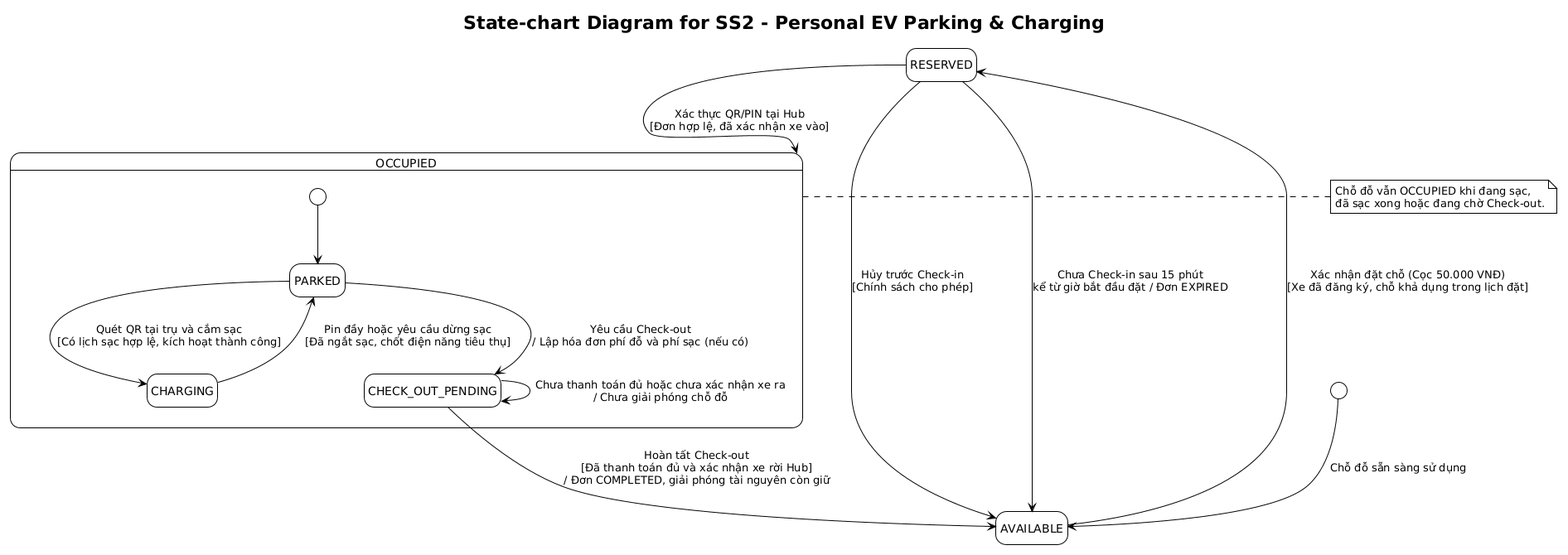
Dat-nguyen195/BTL_1_CNPM keeps this PlantUML diagram as docs/diagrams/Use-case detail-scenario/SS2/State-chart diagrams/UC_SS2_NguyenAnhTai_statechart.png. Above is the earlier version. Source of this version:
```plantuml
@startuml
!theme plain
hide empty description

title State-chart Diagram for SS2 - Personal EV Parking & Charging

[*] --> AVAILABLE : Chỗ đỗ sẵn sàng sử dụng

state AVAILABLE
state RESERVED
state OCCUPIED {
    state PARKED
    state CHARGING
    state CHECK_OUT_PENDING

    [*] --> PARKED
    PARKED --> CHARGING : Quét QR tại trụ và cắm sạc\n[Có lịch sạc hợp lệ, kích hoạt thành công]
    CHARGING --> PARKED : Pin đầy hoặc yêu cầu dừng sạc\n[Đã ngắt sạc, chốt điện năng tiêu thụ]
    PARKED --> CHECK_OUT_PENDING : Yêu cầu Check-out\n/ Lập hóa đơn phí đỗ và phí sạc (nếu có)
    CHECK_OUT_PENDING --> CHECK_OUT_PENDING : Chưa thanh toán đủ hoặc chưa xác nhận xe ra\n/ Chưa giải phóng chỗ đỗ
}

AVAILABLE --> RESERVED : Xác nhận đặt chỗ (Cọc 50.000 VNĐ)\n[Xe đã đăng ký, chỗ khả dụng trong lịch đặt]
RESERVED --> AVAILABLE : Hủy trước Check-in\n[Chính sách cho phép]
RESERVED --> AVAILABLE : Chưa Check-in sau 15 phút\nkể từ giờ bắt đầu đặt / Đơn EXPIRED
RESERVED --> OCCUPIED : Xác thực QR/PIN tại Hub\n[Đơn hợp lệ, đã xác nhận xe vào]
CHECK_OUT_PENDING --> AVAILABLE : Hoàn tất Check-out\n[Đã thanh toán đủ và xác nhận xe rời Hub]\n/ Đơn COMPLETED, giải phóng tài nguyên còn giữ

note right of OCCUPIED
    Chỗ đỗ vẫn OCCUPIED khi đang sạc,
    đã sạc xong hoặc đang chờ Check-out.
end note
@enduml
```
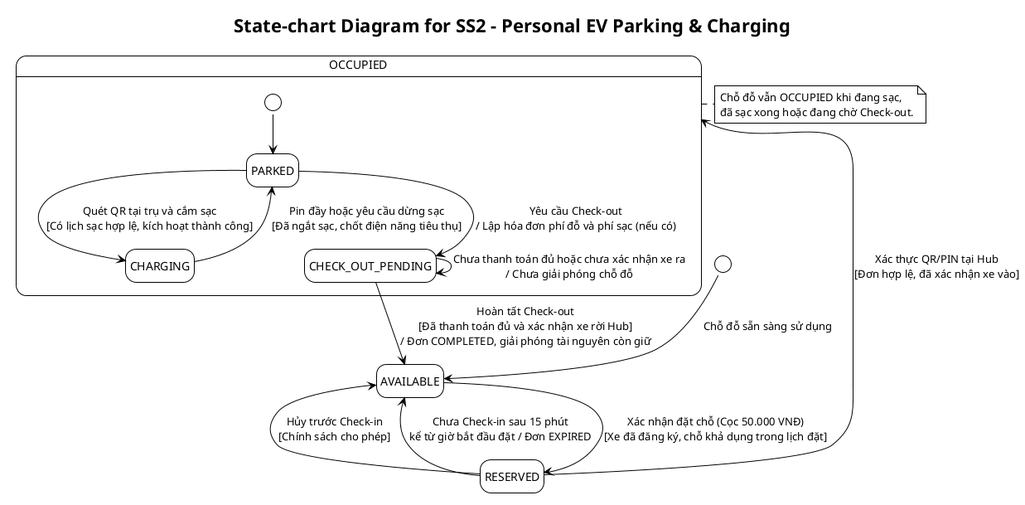
After the change.

The edit, as a diff of the source:
```diff
@@ -1,4 +1,5 @@
-@startuml
+@startuml UC_SS2_NguyenAnhTai_statechart
+!pragma layout smetana
 !theme plain
 hide empty description
 
@@ -30,4 +31,5 @@
     Chỗ đỗ vẫn OCCUPIED khi đang sạc,
     đã sạc xong hoặc đang chờ Check-out.
 end note
+
 @enduml
```
